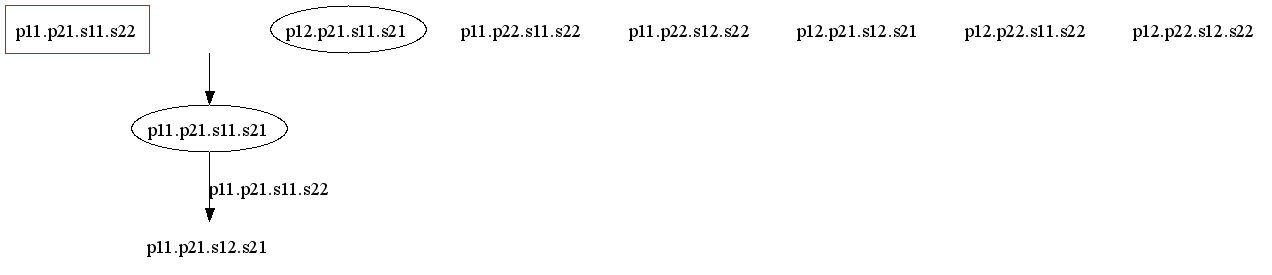
Above: Assignment 2/P1.png in EdvinAspelin/Discrete-Event-Systems (Graphviz), before the change. Its source is kept beside it as Assignment 2/P1.dot.
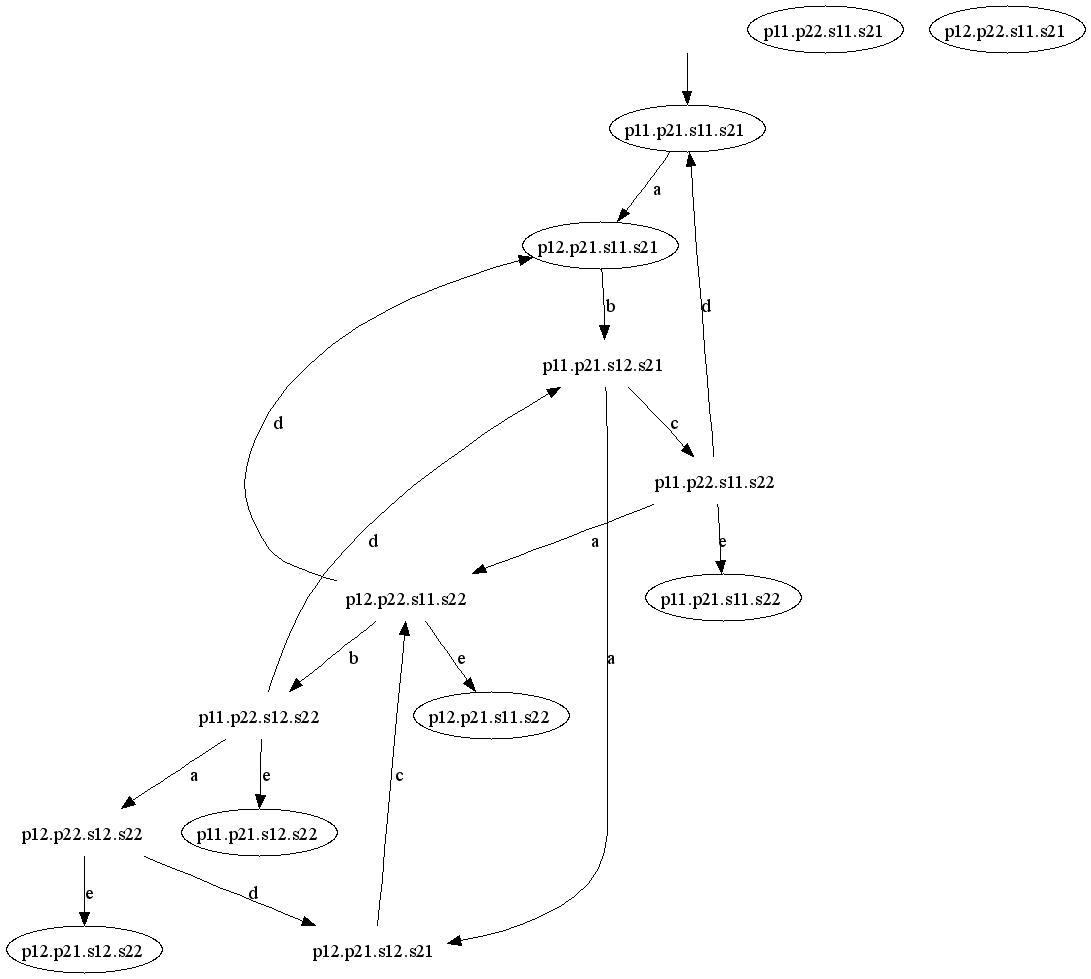
After the change.

What changed in the source:
```diff
@@ -1,14 +1,30 @@
 digraph G {
-	"p11.p21.s11.s22" [shape=box, color=red];
 	"p11.p21.s11.s21" [shape=ellipse];
+	"p11.p22.s11.s21" [shape=ellipse];
 	"p12.p21.s11.s21" [shape=ellipse];
+	"p12.p22.s11.s21" [shape=ellipse];
 	"p11.p21.s12.s21" [shape=plaintext];
 	"p11.p22.s11.s22" [shape=plaintext];
 	"p11.p22.s12.s22" [shape=plaintext];
 	"p12.p21.s12.s21" [shape=plaintext];
 	"p12.p22.s11.s22" [shape=plaintext];
 	"p12.p22.s12.s22" [shape=plaintext];
-	"p11.p21.s11.s21" -> "p11.p21.s12.s21" [label="p11.p21.s11.s22"];
+	"p11.p21.s11.s21" -> "p12.p21.s11.s21" [label="a"];
+	"p11.p21.s12.s21" -> "p12.p21.s12.s21" [label="a"];
+	"p11.p21.s12.s21" -> "p11.p22.s11.s22" [label="c"];
+	"p11.p22.s11.s22" -> "p12.p22.s11.s22" [label="a"];
+	"p11.p22.s11.s22" -> "p11.p21.s11.s21" [label="d"];
+	"p11.p22.s11.s22" -> "p11.p21.s11.s22" [label="e"];
+	"p11.p22.s12.s22" -> "p12.p22.s12.s22" [label="a"];
+	"p11.p22.s12.s22" -> "p11.p21.s12.s21" [label="d"];
+	"p11.p22.s12.s22" -> "p11.p21.s12.s22" [label="e"];
+	"p12.p21.s11.s21" -> "p11.p21.s12.s21" [label="b"];
+	"p12.p21.s12.s21" -> "p12.p22.s11.s22" [label="c"];
+	"p12.p22.s11.s22" -> "p11.p22.s12.s22" [label="b"];
+	"p12.p22.s11.s22" -> "p12.p21.s11.s21" [label="d"];
+	"p12.p22.s11.s22" -> "p12.p21.s11.s22" [label="e"];
+	"p12.p22.s12.s22" -> "p12.p21.s12.s21" [label="d"];
+	"p12.p22.s12.s22" -> "p12.p21.s12.s22" [label="e"];
 	init [shape=plaintext, label=""];
 	init -> "p11.p21.s11.s21";
 }
```
